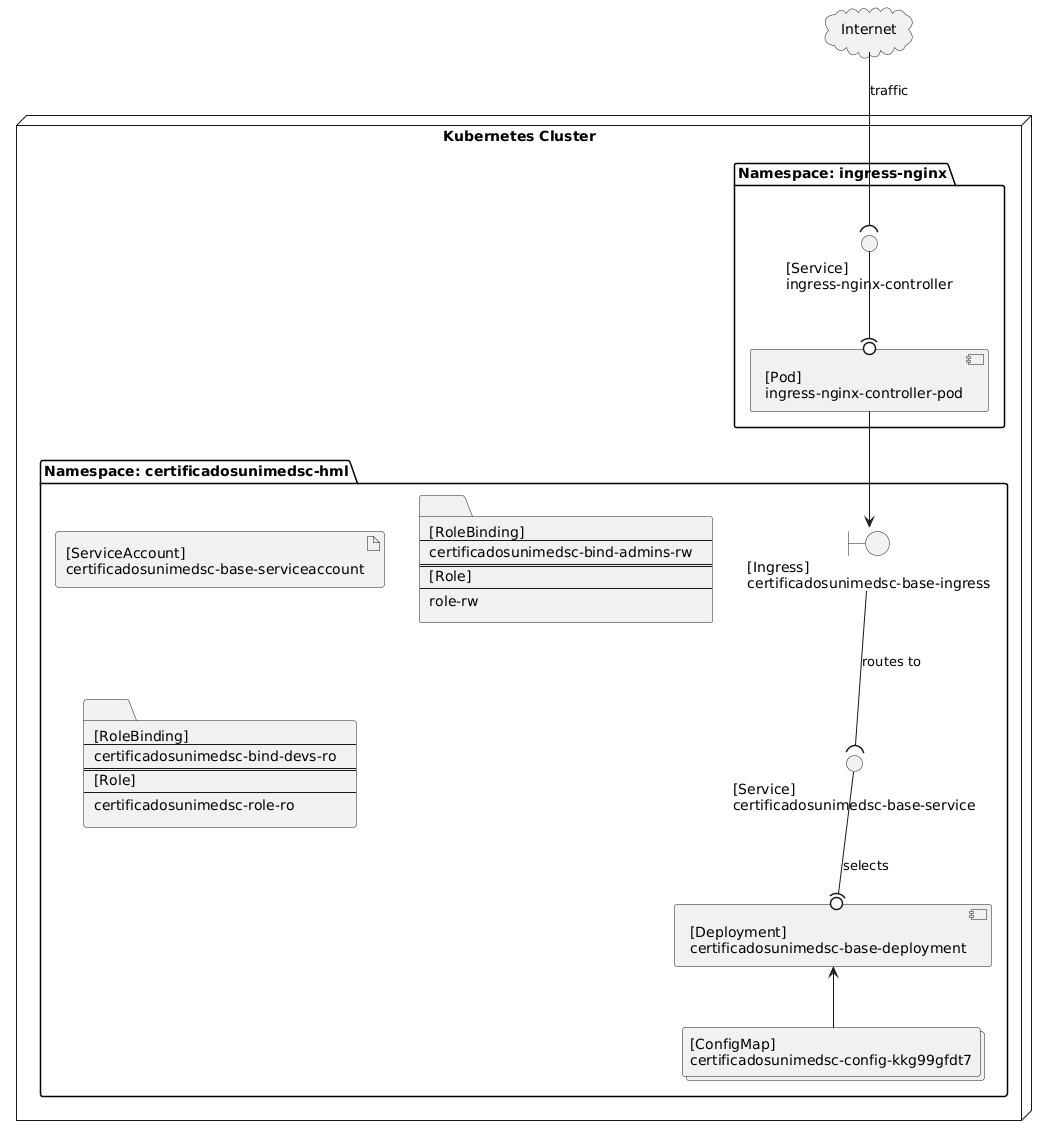
Earlier version of the PlantUML export assets/img/default-example.png (Jeremias-A-Queiroz/k8s-to-puml).
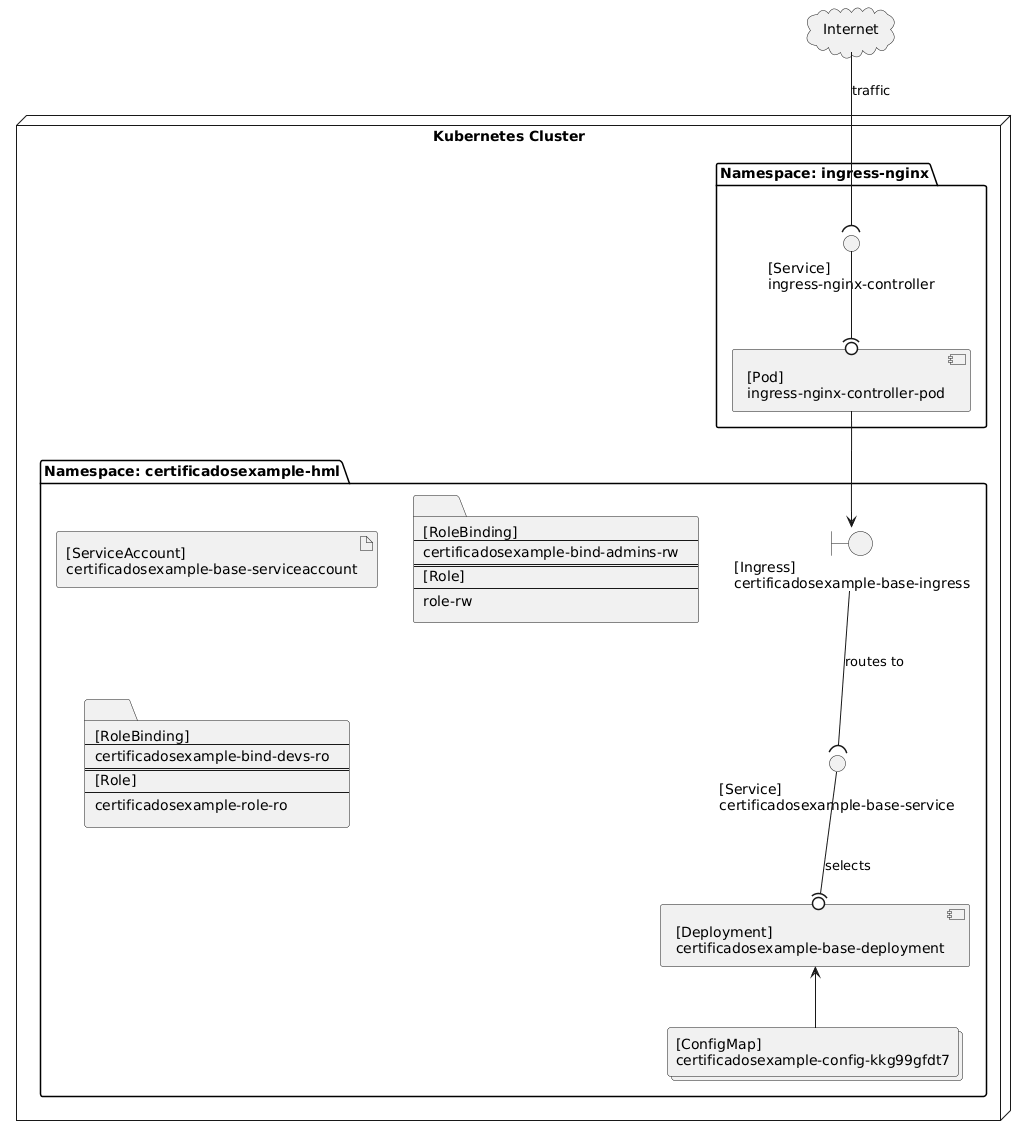
After the commit.

Commit message:
chore(assets): Update default example image

The edit, as a diff of the source:
```diff
@@ -2,29 +2,29 @@
 skinparam componentStyle uml2
 cloud "Internet" as internet
 node "Kubernetes Cluster" {
-  package "Namespace: certificadosunimedsc-hml" {
-    boundary "[Ingress]\ncertificadosunimedsc-base-ingress" as ingress_certificadosunimedsc_base_ingress
-    component "[Deployment]\ncertificadosunimedsc-base-deployment" as deployment_certificadosunimedsc_base_deployment
-    interface "[Service]\ncertificadosunimedsc-base-service" as service_certificadosunimedsc_base_service
-    collections "[ConfigMap]\ncertificadosunimedsc-config-kkg99gfdt7" as configmap_certificadosunimedsc_config_kkg99gfdt7
-    artifact "[ServiceAccount]\ncertificadosunimedsc-base-serviceaccount" as serviceaccount_certificadosunimedsc_base_serviceaccount
-    folder rolebinding_certificadosunimedsc_bind_admins_rw [
+  package "Namespace: certificadosexample-hml" {
+    boundary "[Ingress]\ncertificadosexample-base-ingress" as ingress_certificadosexample_base_ingress
+    component "[Deployment]\ncertificadosexample-base-deployment" as deployment_certificadosexample_base_deployment
+    interface "[Service]\ncertificadosexample-base-service" as service_certificadosexample_base_service
+    collections "[ConfigMap]\ncertificadosexample-config-kkg99gfdt7" as configmap_certificadosexample_config_kkg99gfdt7
+    artifact "[ServiceAccount]\ncertificadosexample-base-serviceaccount" as serviceaccount_certificadosexample_base_serviceaccount
+    folder rolebinding_certificadosexample_bind_admins_rw [
 	[RoleBinding]
 	----
-	certificadosunimedsc-bind-admins-rw
+	certificadosexample-bind-admins-rw
 	====
 	[Role]
 	----
 	role-rw
     ]
-    folder rolebinding_certificadosunimedsc_bind_devs_ro [
+    folder rolebinding_certificadosexample_bind_devs_ro [
 	[RoleBinding]
 	----
-	certificadosunimedsc-bind-devs-ro
+	certificadosexample-bind-devs-ro
 	====
 	[Role]
 	----
-	certificadosunimedsc-role-ro
+	certificadosexample-role-ro
     ]
   }
   package "Namespace: ingress-nginx" {
@@ -32,10 +32,10 @@
     component "[Pod]\ningress-nginx-controller-pod" as incp
   }
 }
-incp --> ingress_certificadosunimedsc_base_ingress
+incp --> ingress_certificadosexample_base_ingress
 inc --(0 incp
 internet --( inc : traffic
-service_certificadosunimedsc_base_service --(0 deployment_certificadosunimedsc_base_deployment : selects
-deployment_certificadosunimedsc_base_deployment <-- configmap_certificadosunimedsc_config_kkg99gfdt7
-ingress_certificadosunimedsc_base_ingress --( service_certificadosunimedsc_base_service : routes to
+service_certificadosexample_base_service --(0 deployment_certificadosexample_base_deployment : selects
+deployment_certificadosexample_base_deployment <-- configmap_certificadosexample_config_kkg99gfdt7
+ingress_certificadosexample_base_ingress --( service_certificadosexample_base_service : routes to
 @enduml
```
